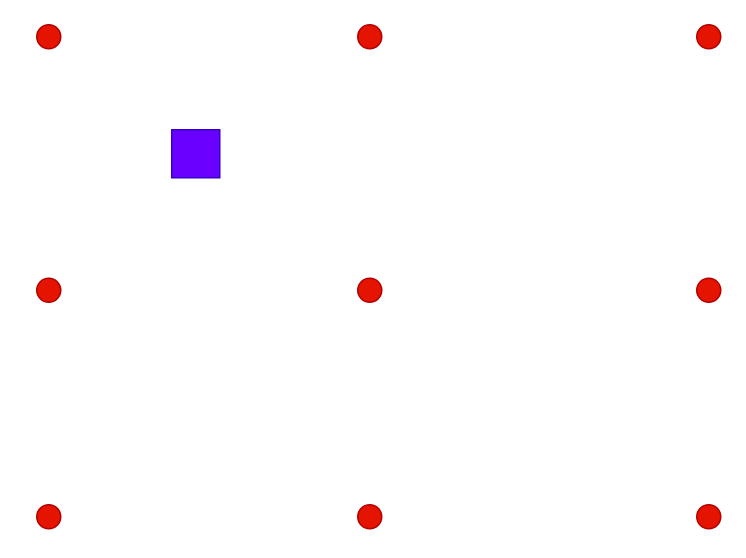
The draw.io diagram simulator/resources/map/poi_test.drawio in lesunb/HMRSsim, before the edit. Source tidied: cells renumbered, new cells numbered last; positions are measured from the earlier drawing's top-left corner, leaving out a move shared by most shapes. Both pictures are drawn from the tidied source at 150%, with x=0, y=0 at pixel (36, 24).
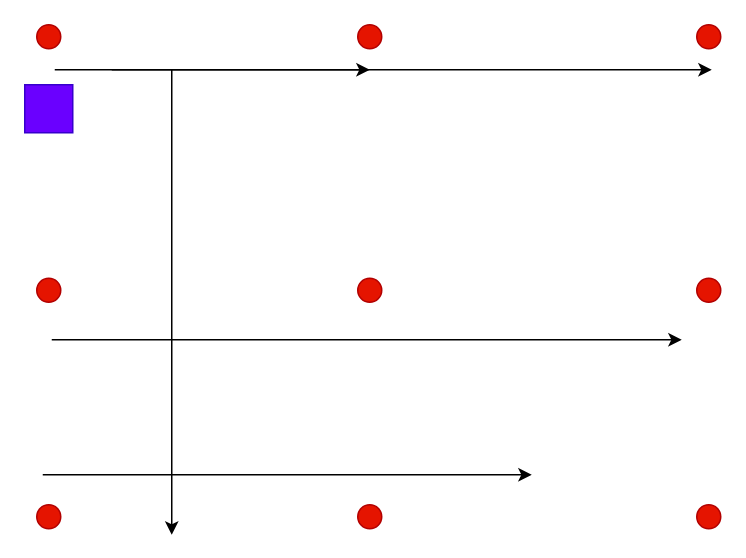
The same diagram, later.

Diff of the diagram source:
```diff
@@
     <mxCell id="2" style="rounded=0;whiteSpace=wrap;html=1;fillColor=#6a00ff;strokeColor=#3700CC;fontColor=#ffffff;" parent="1" vertex="1">
-      <mxGeometry x="90" y="70" width="32" height="32" as="geometry" />
+      <mxGeometry x="-8" y="40" width="32" height="32" as="geometry" />
     </mxCell>
@@
+    <mxCell id="12" style="endArrow=classic;html=1;" parent="1" edge="1">
+      <mxGeometry relative="1" as="geometry">
+        <mxPoint x="50" y="30" as="sourcePoint" />
+        <mxPoint x="450" y="30" as="targetPoint" />
+        <Array as="points">
+          <mxPoint x="90" y="30" />
+          <mxPoint x="230" y="30" />
+        </Array>
+      </mxGeometry>
+    </mxCell>
+    <mxCell id="13" style="endArrow=classic;html=1;" parent="1" edge="1">
+      <mxGeometry relative="1" as="geometry">
+        <mxPoint x="90" y="30" as="sourcePoint" />
+        <mxPoint x="90" y="340" as="targetPoint" />
+        <Array as="points">
+          <mxPoint x="90" y="190" />
+          <mxPoint x="90" y="300" />
+        </Array>
+      </mxGeometry>
+    </mxCell>
+    <mxCell id="14" style="endArrow=classic;html=1;" parent="1" edge="1">
+      <mxGeometry relative="1" as="geometry">
+        <mxPoint x="10" y="210" as="sourcePoint" />
+        <mxPoint x="430" y="210" as="targetPoint" />
+        <Array as="points">
+          <mxPoint x="110" y="210" />
+          <mxPoint x="220" y="210" />
+        </Array>
+      </mxGeometry>
+    </mxCell>
+    <mxCell id="15" style="endArrow=classic;html=1;" parent="1" edge="1">
+      <mxGeometry relative="1" as="geometry">
+        <mxPoint x="4" y="300" as="sourcePoint" />
+        <mxPoint x="330" y="300" as="targetPoint" />
+        <Array as="points">
+          <mxPoint x="90" y="300" />
+        </Array>
+      </mxGeometry>
+    </mxCell>
+    <mxCell id="16" style="endArrow=classic;html=1;" parent="1" edge="1">
+      <mxGeometry relative="1" as="geometry">
+        <mxPoint x="12" y="30" as="sourcePoint" />
+        <mxPoint x="222" y="30" as="targetPoint" />
+        <Array as="points">
+          <mxPoint x="100" y="30" />
+        </Array>
+      </mxGeometry>
+    </mxCell>
```
